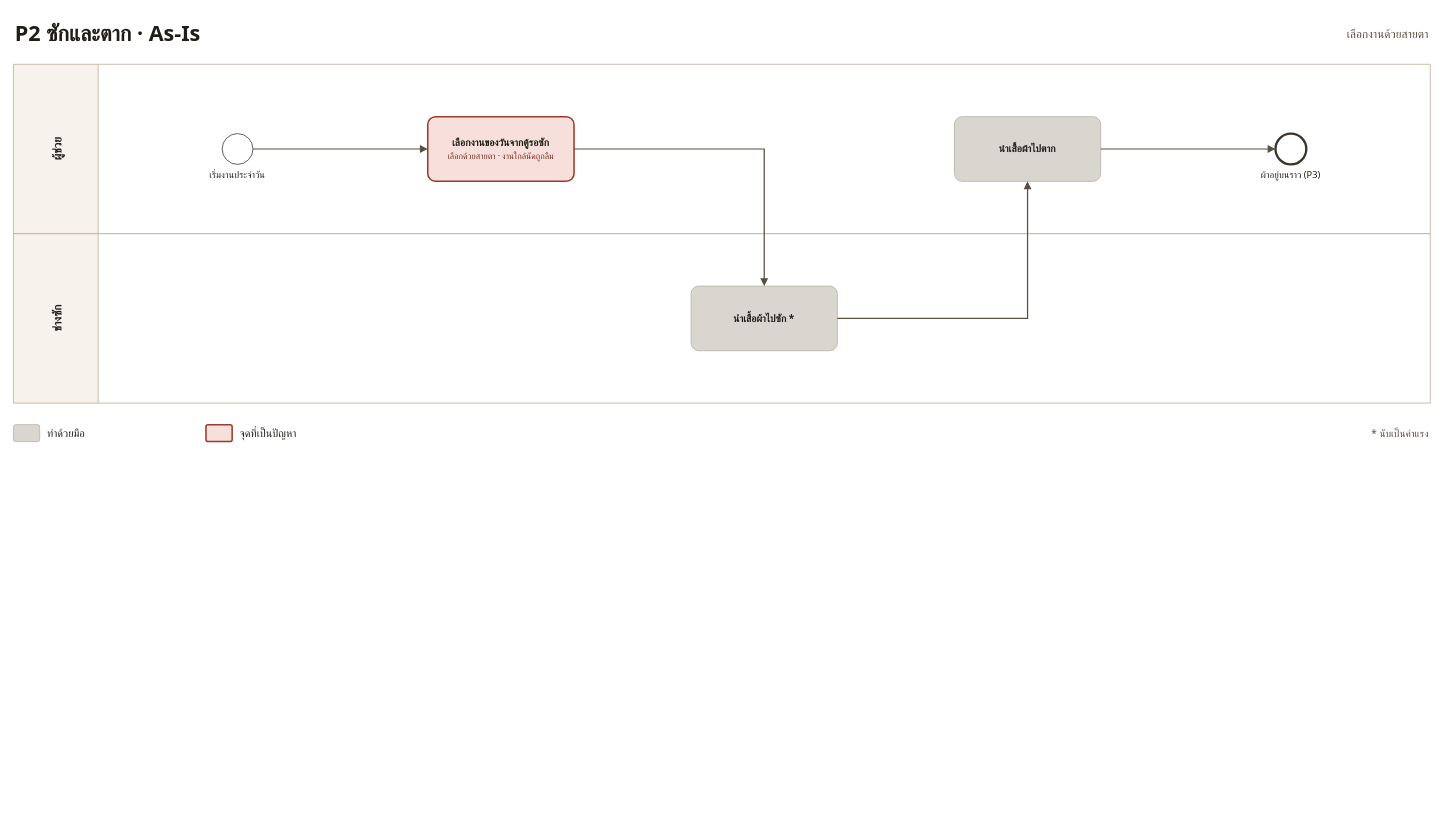
Earlier version of the draw.io diagram page "P2 ซักและตาก · As-Is" (6 of 17) of docs/proposal/process-bpmn.drawio (peeranat45/sriborisud-laundry). Source tidied: cells renumbered, new cells numbered last; positions are measured from the earlier drawing's top-left corner, leaving out a move shared by most shapes. Both pictures are drawn from the tidied source at 77%, with x=0, y=0 at pixel (13, 13).
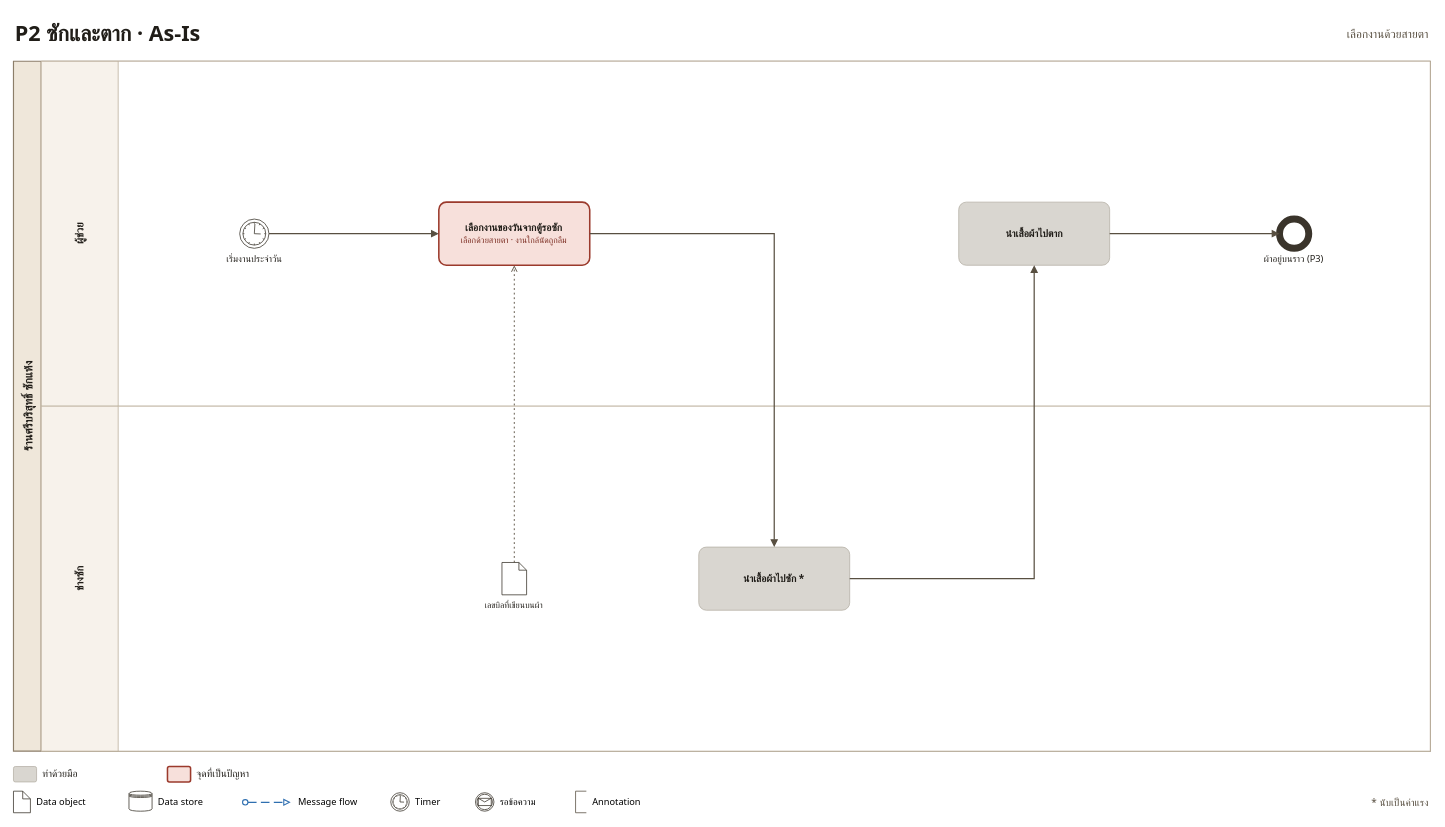
The same page after the edit.

What changed in the source:
```diff
@@
-    <mxCell id="4" value="ผู้ช่วย" style="fontFamily=Tahoma;html=1;whiteSpace=wrap;swimlane;horizontal=0;startSize=110;fontSize=15;fontStyle=1;fillColor=light-dark(#F7F2EB,#F7F2EB);swimlaneFillColor=light-dark(#FFFFFF,#FFFFFF);strokeColor=light-dark(#BAAC97,#BAAC97);fontColor=light-dark(#201D18,#201D18);" parent="1" vertex="1">
-      <mxGeometry y="66" width="1840" height="220" as="geometry" />
+    <mxCell id="4" value="ร้านศรีบริสุทธิ์ ซักแห้ง" style="fontFamily=Tahoma;html=1;whiteSpace=wrap;swimlane;horizontal=0;startSize=36;fontSize=15;fontStyle=1;fillColor=light-dark(#EFE7DA,#EFE7DA);swimlaneFillColor=light-dark(#FFFFFF,#FFFFFF);strokeColor=light-dark(#8C7E69,#8C7E69);strokeWidth=1.5;fontColor=light-dark(#201D18,#201D18);" parent="1" vertex="1">
+      <mxGeometry y="62" width="1840" height="896" as="geometry" />
     </mxCell>
-    <mxCell id="5" value="ช่างซัก" style="fontFamily=Tahoma;html=1;whiteSpace=wrap;swimlane;horizontal=0;startSize=110;fontSize=15;fontStyle=1;fillColor=light-dark(#F7F2EB,#F7F2EB);swimlaneFillColor=light-dark(#FFFFFF,#FFFFFF);strokeColor=light-dark(#BAAC97,#BAAC97);fontColor=light-dark(#201D18,#201D18);" parent="1" vertex="1">
-      <mxGeometry y="286" width="1840" height="220" as="geometry" />
+    <mxCell id="5" value="ผู้ช่วย" style="fontFamily=Tahoma;html=1;whiteSpace=wrap;swimlane;horizontal=0;startSize=100;fontSize=14;fontStyle=1;fillColor=light-dark(#F7F2EB,#F7F2EB);swimlaneFillColor=light-dark(#FFFFFF,#FFFFFF);strokeColor=light-dark(#BAAC97,#BAAC97);fontColor=light-dark(#201D18,#201D18);" parent="1" vertex="1">
+      <mxGeometry x="36" y="62" width="1804" height="448" as="geometry" />
     </mxCell>
-    <mxCell id="6" value="เริ่มงานประจำวัน" style="fontFamily=Tahoma;html=1;whiteSpace=wrap;shape=mxgraph.bpmn.event;outline=standard;symbol=general;verticalLabelPosition=bottom;verticalAlign=top;align=center;fontSize=12;labelWidth=150;fillColor=light-dark(#FFFFFF,#FFFFFF);strokeColor=light-dark(#3A342B,#3A342B);fontColor=light-dark(#201D18,#201D18);" parent="1" vertex="1">
-      <mxGeometry x="271" y="156" width="40" height="40" as="geometry" />
+    <mxCell id="6" value="ช่างซัก" style="fontFamily=Tahoma;html=1;whiteSpace=wrap;swimlane;horizontal=0;startSize=100;fontSize=14;fontStyle=1;fillColor=light-dark(#F7F2EB,#F7F2EB);swimlaneFillColor=light-dark(#FFFFFF,#FFFFFF);strokeColor=light-dark(#BAAC97,#BAAC97);fontColor=light-dark(#201D18,#201D18);" parent="1" vertex="1">
+      <mxGeometry x="36" y="510" width="1804" height="448" as="geometry" />
     </mxCell>
-    <mxCell id="7" value="&lt;b&gt;เลือกงานของวันจากตู้รอซัก&lt;/b&gt;&lt;br&gt;&lt;font style='font-size:11px' color='#7A2A1F'&gt;เลือกด้วยสายตา · งานใกล้นัดถูกลืม&lt;/font&gt;" style="fontFamily=Tahoma;html=1;whiteSpace=wrap;rounded=1;arcSize=12;fontSize=13;verticalAlign=middle;spacing=4;fontColor=light-dark(#201D18,#201D18);fillColor=light-dark(#F7E0DB,#F7E0DB);strokeColor=light-dark(#9B3A2C,#9B3A2C);strokeWidth=2;" parent="1" vertex="1">
-      <mxGeometry x="538" y="134" width="190" height="84" as="geometry" />
+    <mxCell id="7" value="เริ่มงานประจำวัน" style="fontFamily=Tahoma;html=1;whiteSpace=wrap;shape=mxgraph.bpmn.event;verticalLabelPosition=bottom;verticalAlign=top;align=center;fontSize=12;labelWidth=150;fillColor=light-dark(#FFFFFF,#FFFFFF);strokeColor=light-dark(#3A342B,#3A342B);fontColor=light-dark(#201D18,#201D18);outline=standard;symbol=timer;" parent="1" vertex="1">
+      <mxGeometry x="293.8" y="267" width="38" height="38" as="geometry" />
     </mxCell>
-    <mxCell id="8" value="&lt;b&gt;นำเสื้อผ้าไปซัก *&lt;/b&gt;" style="fontFamily=Tahoma;html=1;whiteSpace=wrap;rounded=1;arcSize=12;fontSize=13;verticalAlign=middle;spacing=4;fontColor=light-dark(#201D18,#201D18);fillColor=light-dark(#D9D6D0,#D9D6D0);strokeColor=light-dark(#B5B0A6,#B5B0A6);" parent="1" vertex="1">
-      <mxGeometry x="880" y="354" width="190" height="84" as="geometry" />
+    <mxCell id="8" value="&lt;b&gt;เลือกงานของวันจากตู้รอซัก&lt;/b&gt;&lt;br&gt;&lt;font style='font-size:11px' color='#7A2A1F'&gt;เลือกด้วยสายตา · งานใกล้นัดถูกลืม&lt;/font&gt;" style="fontFamily=Tahoma;html=1;whiteSpace=wrap;rounded=1;arcSize=12;fontSize=13;verticalAlign=middle;spacing=4;fontColor=light-dark(#201D18,#201D18);fillColor=light-dark(#F7E0DB,#F7E0DB);strokeColor=light-dark(#9B3A2C,#9B3A2C);strokeWidth=2;" parent="1" vertex="1">
+      <mxGeometry x="552.4" y="245" width="196" height="82" as="geometry" />
     </mxCell>
-    <mxCell id="9" value="&lt;b&gt;นำเสื้อผ้าไปตาก&lt;/b&gt;" style="fontFamily=Tahoma;html=1;whiteSpace=wrap;rounded=1;arcSize=12;fontSize=13;verticalAlign=middle;spacing=4;fontColor=light-dark(#201D18,#201D18);fillColor=light-dark(#D9D6D0,#D9D6D0);strokeColor=light-dark(#B5B0A6,#B5B0A6);" parent="1" vertex="1">
-      <mxGeometry x="1222" y="134" width="190" height="84" as="geometry" />
+    <mxCell id="9" value="&lt;b&gt;นำเสื้อผ้าไปซัก *&lt;/b&gt;" style="fontFamily=Tahoma;html=1;whiteSpace=wrap;rounded=1;arcSize=12;fontSize=13;verticalAlign=middle;spacing=4;fontColor=light-dark(#201D18,#201D18);fillColor=light-dark(#D9D6D0,#D9D6D0);strokeColor=light-dark(#B5B0A6,#B5B0A6);" parent="1" vertex="1">
+      <mxGeometry x="890" y="693" width="196" height="82" as="geometry" />
     </mxCell>
-    <mxCell id="10" value="ผ้าอยู่บนราว (P3)" style="fontFamily=Tahoma;html=1;whiteSpace=wrap;shape=mxgraph.bpmn.event;outline=end;symbol=general;verticalLabelPosition=bottom;verticalAlign=top;align=center;fontSize=12;labelWidth=150;fillColor=light-dark(#FFFFFF,#FFFFFF);strokeColor=light-dark(#3A342B,#3A342B);fontColor=light-dark(#201D18,#201D18);" parent="1" vertex="1">
-      <mxGeometry x="1639" y="156" width="40" height="40" as="geometry" />
+    <mxCell id="10" value="&lt;b&gt;นำเสื้อผ้าไปตาก&lt;/b&gt;" style="fontFamily=Tahoma;html=1;whiteSpace=wrap;rounded=1;arcSize=12;fontSize=13;verticalAlign=middle;spacing=4;fontColor=light-dark(#201D18,#201D18);fillColor=light-dark(#D9D6D0,#D9D6D0);strokeColor=light-dark(#B5B0A6,#B5B0A6);" parent="1" vertex="1">
+      <mxGeometry x="1227.6" y="245" width="196" height="82" as="geometry" />
     </mxCell>
-    <mxCell id="11" style="fontFamily=Tahoma;html=1;whiteSpace=nowrap;edgeStyle=orthogonalEdgeStyle;rounded=0;endArrow=block;endFill=1;strokeColor=light-dark(#584F41,#584F41);strokeWidth=1.6;fontSize=12;fontColor=light-dark(#201D18,#201D18);labelBackgroundColor=light-dark(#FFFFFF,#FFFFFF);exitX=1;exitY=0.5;exitDx=0;exitDy=0;entryX=0;entryY=0.5;entryDx=0;entryDy=0;" parent="1" edge="1" source="6" target="7">
-      <mxGeometry relative="1" as="geometry" />
+    <mxCell id="11" value="ผ้าอยู่บนราว (P3)" style="fontFamily=Tahoma;html=1;whiteSpace=wrap;shape=mxgraph.bpmn.event;verticalLabelPosition=bottom;verticalAlign=top;align=center;fontSize=12;labelWidth=150;fillColor=light-dark(#FFFFFF,#FFFFFF);strokeColor=light-dark(#3A342B,#3A342B);fontColor=light-dark(#201D18,#201D18);outline=end;symbol=general;strokeWidth=3;" parent="1" vertex="1">
+      <mxGeometry x="1644.2" y="267" width="38" height="38" as="geometry" />
     </mxCell>
-    <mxCell id="12" style="fontFamily=Tahoma;html=1;whiteSpace=nowrap;edgeStyle=orthogonalEdgeStyle;rounded=0;endArrow=block;endFill=1;strokeColor=light-dark(#584F41,#584F41);strokeWidth=1.6;fontSize=12;fontColor=light-dark(#201D18,#201D18);labelBackgroundColor=light-dark(#FFFFFF,#FFFFFF);exitX=1;exitY=0.5;exitDx=0;exitDy=0;entryX=0.5;entryY=0;entryDx=0;entryDy=0;" parent="1" edge="1" source="7" target="8">
-      <mxGeometry relative="1" as="geometry" />
+    <mxCell id="12" value="เลขบิลที่เขียนบนผ้า" style="fontFamily=Tahoma;html=1;whiteSpace=wrap;shape=note;size=10;verticalLabelPosition=bottom;verticalAlign=top;align=center;fontSize=11;labelWidth=130;fillColor=light-dark(#FFFFFF,#FFFFFF);strokeColor=light-dark(#3A342B,#3A342B);fontColor=light-dark(#201D18,#201D18);" parent="1" vertex="1">
+      <mxGeometry x="634.4" y="713" width="32" height="42" as="geometry" />
     </mxCell>
-    <mxCell id="13" style="fontFamily=Tahoma;html=1;whiteSpace=nowrap;edgeStyle=orthogonalEdgeStyle;rounded=0;endArrow=block;endFill=1;strokeColor=light-dark(#584F41,#584F41);strokeWidth=1.6;fontSize=12;fontColor=light-dark(#201D18,#201D18);labelBackgroundColor=light-dark(#FFFFFF,#FFFFFF);exitX=1;exitY=0.5;exitDx=0;exitDy=0;entryX=0.5;entryY=1;entryDx=0;entryDy=0;" parent="1" edge="1" source="8" target="9">
+    <mxCell id="13" style="fontFamily=Tahoma;html=1;whiteSpace=nowrap;edgeStyle=orthogonalEdgeStyle;rounded=0;endArrow=block;endFill=1;strokeColor=light-dark(#584F41,#584F41);strokeWidth=1.6;fontSize=12;fontColor=light-dark(#201D18,#201D18);labelBackgroundColor=light-dark(#FFFFFF,#FFFFFF);exitX=1;exitY=0.5;exitDx=0;exitDy=0;entryX=0;entryY=0.5;entryDx=0;entryDy=0;" parent="1" edge="1" source="7" target="8">
       <mxGeometry relative="1" as="geometry" />
     </mxCell>
-    <mxCell id="14" style="fontFamily=Tahoma;html=1;whiteSpace=nowrap;edgeStyle=orthogonalEdgeStyle;rounded=0;endArrow=block;endFill=1;strokeColor=light-dark(#584F41,#584F41);strokeWidth=1.6;fontSize=12;fontColor=light-dark(#201D18,#201D18);labelBackgroundColor=light-dark(#FFFFFF,#FFFFFF);exitX=1;exitY=0.5;exitDx=0;exitDy=0;entryX=0;entryY=0.5;entryDx=0;entryDy=0;" parent="1" edge="1" source="9" target="10">
+    <mxCell id="14" style="fontFamily=Tahoma;html=1;whiteSpace=nowrap;edgeStyle=orthogonalEdgeStyle;rounded=0;endArrow=block;endFill=1;strokeColor=light-dark(#584F41,#584F41);strokeWidth=1.6;fontSize=12;fontColor=light-dark(#201D18,#201D18);labelBackgroundColor=light-dark(#FFFFFF,#FFFFFF);exitX=1;exitY=0.5;exitDx=0;exitDy=0;entryX=0.5;entryY=0;entryDx=0;entryDy=0;" parent="1" edge="1" source="8" target="9">
       <mxGeometry relative="1" as="geometry" />
     </mxCell>
-    <mxCell id="15" style="fontFamily=Tahoma;html=1;whiteSpace=wrap;rounded=1;arcSize=12;fontSize=13;verticalAlign=middle;spacing=4;fontColor=light-dark(#201D18,#201D18);fillColor=light-dark(#D9D6D0,#D9D6D0);strokeColor=light-dark(#B5B0A6,#B5B0A6);spacing=0;" parent="1" vertex="1">
-      <mxGeometry y="534" width="34" height="22" as="geometry" />
+    <mxCell id="15" style="fontFamily=Tahoma;html=1;whiteSpace=nowrap;edgeStyle=orthogonalEdgeStyle;rounded=0;endArrow=block;endFill=1;strokeColor=light-dark(#584F41,#584F41);strokeWidth=1.6;fontSize=12;fontColor=light-dark(#201D18,#201D18);labelBackgroundColor=light-dark(#FFFFFF,#FFFFFF);exitX=1;exitY=0.5;exitDx=0;exitDy=0;entryX=0.5;entryY=1;entryDx=0;entryDy=0;" parent="1" edge="1" source="9" target="10">
+      <mxGeometry relative="1" as="geometry" />
     </mxCell>
-    <mxCell id="16" value="ทำด้วยมือ" style="fontFamily=Tahoma;html=1;whiteSpace=wrap;text;strokeColor=none;fillColor=none;verticalAlign=middle;align=left;fontSize=14;fontColor=light-dark(#201D18,#201D18);" parent="1" vertex="1">
-      <mxGeometry x="42" y="528" width="200" height="34" as="geometry" />
+    <mxCell id="16" style="fontFamily=Tahoma;html=1;whiteSpace=nowrap;edgeStyle=orthogonalEdgeStyle;rounded=0;endArrow=block;endFill=1;strokeColor=light-dark(#584F41,#584F41);strokeWidth=1.6;fontSize=12;fontColor=light-dark(#201D18,#201D18);labelBackgroundColor=light-dark(#FFFFFF,#FFFFFF);exitX=1;exitY=0.5;exitDx=0;exitDy=0;entryX=0;entryY=0.5;entryDx=0;entryDy=0;" parent="1" edge="1" source="10" target="11">
+      <mxGeometry relative="1" as="geometry" />
     </mxCell>
-    <mxCell id="17" style="fontFamily=Tahoma;html=1;whiteSpace=wrap;rounded=1;arcSize=12;fontSize=13;verticalAlign=middle;spacing=4;fontColor=light-dark(#201D18,#201D18);fillColor=light-dark(#F7E0DB,#F7E0DB);strokeColor=light-dark(#9B3A2C,#9B3A2C);strokeWidth=2;spacing=0;" parent="1" vertex="1">
-      <mxGeometry x="250" y="534" width="34" height="22" as="geometry" />
+    <mxCell id="17" style="fontFamily=Tahoma;html=1;whiteSpace=nowrap;edgeStyle=none;dashed=1;dashPattern=2 3;endArrow=open;endFill=0;strokeColor=light-dark(#584F41,#584F41);strokeWidth=1.2;" parent="1" edge="1" source="12" target="8">
+      <mxGeometry relative="1" as="geometry" />
     </mxCell>
-    <mxCell id="18" value="จุดที่เป็นปัญหา" style="fontFamily=Tahoma;html=1;whiteSpace=wrap;text;strokeColor=none;fillColor=none;verticalAlign=middle;align=left;fontSize=14;fontColor=light-dark(#201D18,#201D18);" parent="1" vertex="1">
-      <mxGeometry x="292" y="528" width="200" height="34" as="geometry" />
+    <mxCell id="18" style="fontFamily=Tahoma;html=1;whiteSpace=wrap;rounded=1;arcSize=12;fontSize=13;verticalAlign=middle;spacing=4;fontColor=light-dark(#201D18,#201D18);fillColor=light-dark(#D9D6D0,#D9D6D0);strokeColor=light-dark(#B5B0A6,#B5B0A6);spacing=0;" parent="1" vertex="1">
+      <mxGeometry y="978" width="30" height="20" as="geometry" />
     </mxCell>
-    <mxCell id="19" value="* นับเป็นค่าแรง" style="fontFamily=Tahoma;html=1;whiteSpace=wrap;text;strokeColor=none;fillColor=none;verticalAlign=middle;align=right;fontSize=13;fontColor=light-dark(#584F41,#584F41);" parent="1" vertex="1">
-      <mxGeometry x="1060" y="528" width="780" height="34" as="geometry" />
+    <mxCell id="19" value="ทำด้วยมือ" style="fontFamily=Tahoma;html=1;whiteSpace=wrap;text;strokeColor=none;fillColor=none;verticalAlign=middle;align=left;fontSize=13;fontColor=light-dark(#201D18,#201D18);" parent="1" vertex="1">
+      <mxGeometry x="36" y="970" width="160" height="34" as="geometry" />
     </mxCell>
+    <mxCell id="20" style="fontFamily=Tahoma;html=1;whiteSpace=wrap;rounded=1;arcSize=12;fontSize=13;verticalAlign=middle;spacing=4;fontColor=light-dark(#201D18,#201D18);fillColor=light-dark(#F7E0DB,#F7E0DB);strokeColor=light-dark(#9B3A2C,#9B3A2C);strokeWidth=2;spacing=0;" parent="1" vertex="1">
+      <mxGeometry x="200" y="978" width="30" height="20" as="geometry" />
+    </mxCell>
+    <mxCell id="21" value="จุดที่เป็นปัญหา" style="fontFamily=Tahoma;html=1;whiteSpace=wrap;text;strokeColor=none;fillColor=none;verticalAlign=middle;align=left;fontSize=13;fontColor=light-dark(#201D18,#201D18);" parent="1" vertex="1">
+      <mxGeometry x="236" y="970" width="160" height="34" as="geometry" />
+    </mxCell>
+    <mxCell id="22" style="fontFamily=Tahoma;html=1;whiteSpace=wrap;shape=note;size=10;verticalLabelPosition=bottom;verticalAlign=top;align=center;fontSize=11;labelWidth=130;fillColor=light-dark(#FFFFFF,#FFFFFF);strokeColor=light-dark(#3A342B,#3A342B);fontColor=light-dark(#201D18,#201D18);" parent="1" vertex="1">
+      <mxGeometry y="1010" width="22" height="28" as="geometry" />
+    </mxCell>
+    <mxCell id="23" value="Data object" style="fontFamily=Tahoma;html=1;whiteSpace=wrap;text;strokeColor=none;fillColor=none;verticalAlign=middle;align=left;fontSize=12;" parent="1" vertex="1">
+      <mxGeometry x="28" y="1010" width="110" height="28" as="geometry" />
+    </mxCell>
+    <mxCell id="24" style="fontFamily=Tahoma;html=1;whiteSpace=wrap;shape=datastore;verticalLabelPosition=bottom;verticalAlign=top;align=center;fontSize=11;labelWidth=130;fillColor=light-dark(#FFFFFF,#FFFFFF);strokeColor=light-dark(#3A342B,#3A342B);fontColor=light-dark(#201D18,#201D18);" parent="1" vertex="1">
+      <mxGeometry x="150" y="1010" width="30" height="26" as="geometry" />
+    </mxCell>
+    <mxCell id="25" value="Data store" style="fontFamily=Tahoma;html=1;whiteSpace=wrap;text;strokeColor=none;fillColor=none;verticalAlign=middle;align=left;fontSize=12;" parent="1" vertex="1">
+      <mxGeometry x="186" y="1010" width="110" height="28" as="geometry" />
+    </mxCell>
+    <mxCell id="26" style="fontFamily=Tahoma;html=1;whiteSpace=wrap;text;strokeColor=none;fillColor=none;verticalAlign=middle;" parent="1" vertex="1">
+      <mxGeometry x="300" y="1024" width="1" height="1" as="geometry" />
+    </mxCell>
+    <mxCell id="27" style="fontFamily=Tahoma;html=1;whiteSpace=wrap;text;strokeColor=none;fillColor=none;verticalAlign=middle;" parent="1" vertex="1">
+      <mxGeometry x="360" y="1024" width="1" height="1" as="geometry" />
+    </mxCell>
+    <mxCell id="28" style="fontFamily=Tahoma;html=1;whiteSpace=nowrap;edgeStyle=orthogonalEdgeStyle;rounded=0;dashed=1;dashPattern=8 4;startArrow=oval;startFill=0;startSize=7;endArrow=block;endFill=0;strokeColor=light-dark(#2F6FB0,#2F6FB0);strokeWidth=1.4;fontSize=11;fontColor=light-dark(#2F6FB0,#2F6FB0);labelBackgroundColor=light-dark(#FFFFFF,#FFFFFF);" parent="1" edge="1" source="26" target="27">
+      <mxGeometry relative="1" as="geometry" />
+    </mxCell>
+    <mxCell id="29" value="Message flow" style="fontFamily=Tahoma;html=1;whiteSpace=wrap;text;strokeColor=none;fillColor=none;verticalAlign=middle;align=left;fontSize=12;" parent="1" vertex="1">
+      <mxGeometry x="368" y="1010" width="110" height="28" as="geometry" />
+    </mxCell>
+    <mxCell id="30" style="fontFamily=Tahoma;html=1;whiteSpace=wrap;shape=mxgraph.bpmn.event;verticalLabelPosition=bottom;verticalAlign=top;align=center;fontSize=12;labelWidth=150;fillColor=light-dark(#FFFFFF,#FFFFFF);strokeColor=light-dark(#3A342B,#3A342B);fontColor=light-dark(#201D18,#201D18);outline=standard;symbol=timer;" parent="1" vertex="1">
+      <mxGeometry x="490" y="1012" width="24" height="24" as="geometry" />
+    </mxCell>
+    <mxCell id="31" value="Timer" style="fontFamily=Tahoma;html=1;whiteSpace=wrap;text;strokeColor=none;fillColor=none;verticalAlign=middle;align=left;fontSize=12;" parent="1" vertex="1">
+      <mxGeometry x="520" y="1010" width="70" height="28" as="geometry" />
+    </mxCell>
+    <mxCell id="32" style="fontFamily=Tahoma;html=1;whiteSpace=wrap;shape=mxgraph.bpmn.event;verticalLabelPosition=bottom;verticalAlign=top;align=center;fontSize=12;labelWidth=150;fillColor=light-dark(#FFFFFF,#FFFFFF);strokeColor=light-dark(#3A342B,#3A342B);fontColor=light-dark(#201D18,#201D18);outline=catching;symbol=message;" parent="1" vertex="1">
+      <mxGeometry x="600" y="1012" width="24" height="24" as="geometry" />
+    </mxCell>
+    <mxCell id="33" value="รอข้อความ" style="fontFamily=Tahoma;html=1;whiteSpace=wrap;text;strokeColor=none;fillColor=none;verticalAlign=middle;align=left;fontSize=12;" parent="1" vertex="1">
+      <mxGeometry x="630" y="1010" width="90" height="28" as="geometry" />
+    </mxCell>
+    <mxCell id="34" style="fontFamily=Tahoma;html=1;whiteSpace=wrap;shape=mxgraph.flowchart.annotation_1;align=left;spacingLeft=8;fontSize=11;fillColor=none;strokeColor=light-dark(#584F41,#584F41);fontColor=light-dark(#3A342B,#3A342B);" parent="1" vertex="1">
+      <mxGeometry x="730" y="1010" width="14" height="28" as="geometry" />
+    </mxCell>
+    <mxCell id="35" value="Annotation" style="fontFamily=Tahoma;html=1;whiteSpace=wrap;text;strokeColor=none;fillColor=none;verticalAlign=middle;align=left;fontSize=12;" parent="1" vertex="1">
+      <mxGeometry x="750" y="1010" width="100" height="28" as="geometry" />
+    </mxCell>
+    <mxCell id="36" value="* นับเป็นค่าแรง" style="fontFamily=Tahoma;html=1;whiteSpace=wrap;text;strokeColor=none;fillColor=none;verticalAlign=middle;align=right;fontSize=13;fontColor=light-dark(#584F41,#584F41);" parent="1" vertex="1">
+      <mxGeometry x="1060" y="1010" width="780" height="30" as="geometry" />
+    </mxCell>
```
